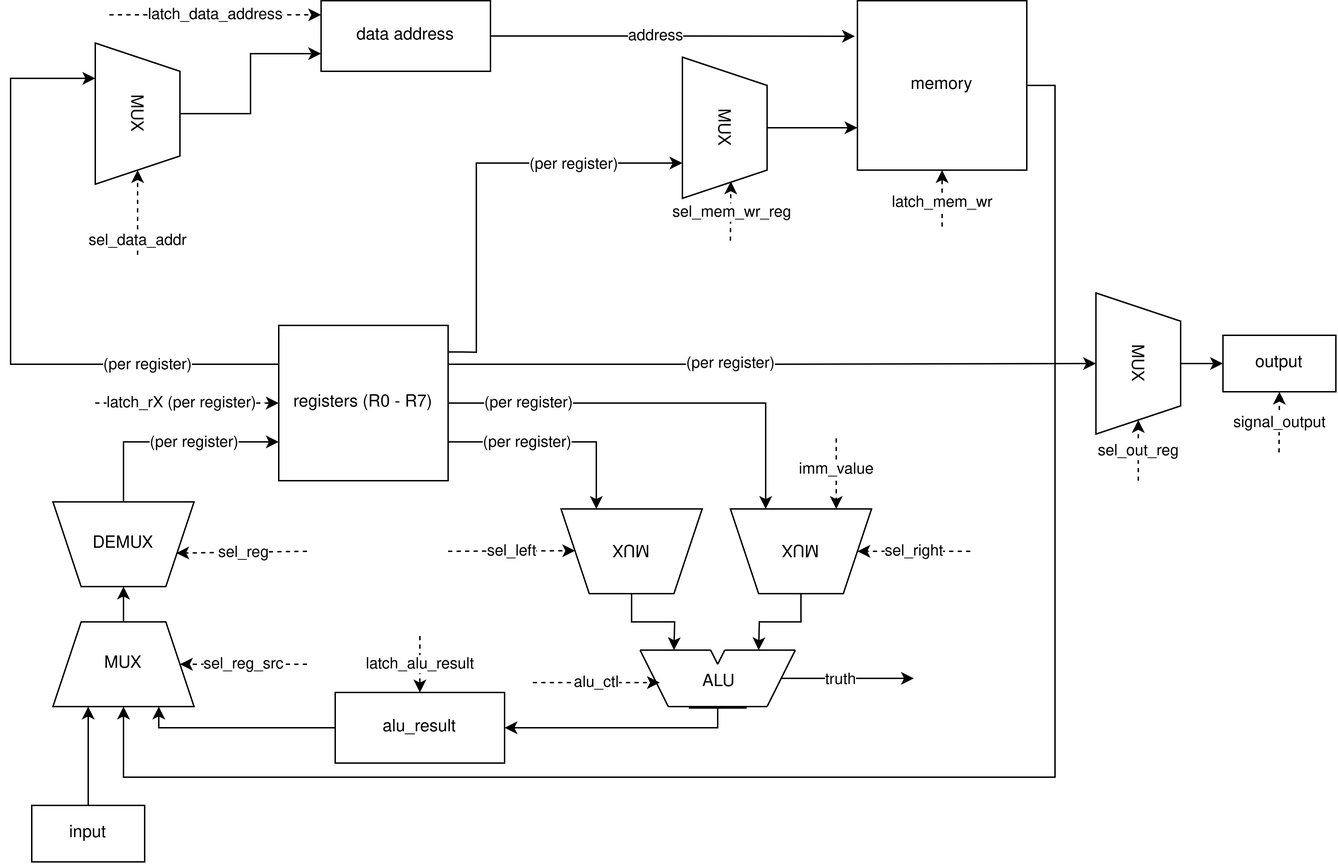
Earlier version of the draw.io export diagrams/datapath.drawio.png (sultanowskii/drum). Source tidied: cells renumbered, new cells last; positions are measured from the earlier drawing's top-left corner, leaving out a move shared by most shapes.
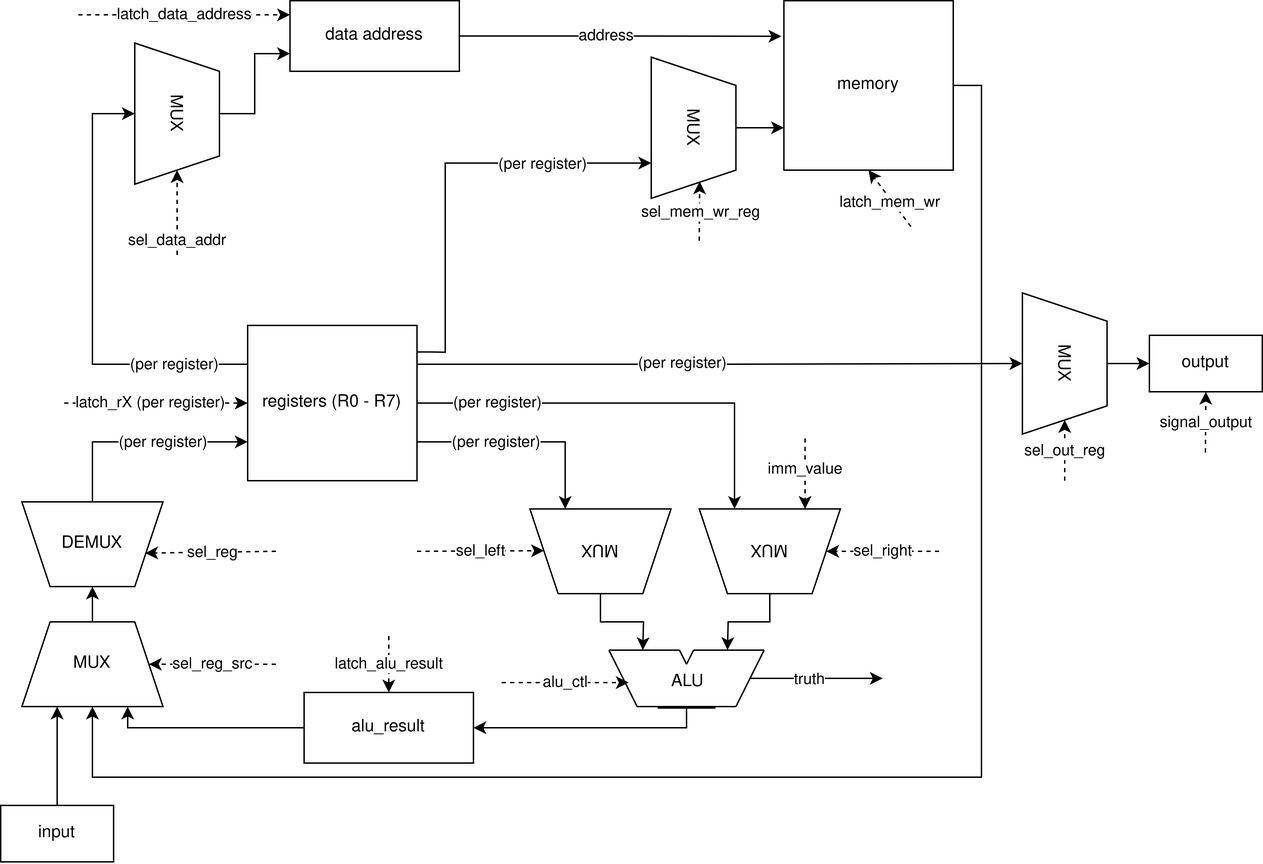
The same file after the commit.

Diff of the diagram source:
```diff
@@ -8,14 +8,14 @@
     <mxCell id="3" style="edgeStyle=orthogonalEdgeStyle;rounded=0;jettySize=auto;html=1;entryX=0.5;entryY=1;entryDx=0;entryDy=0;" parent="1" edge="1" source="4" target="48">
       <mxGeometry relative="1" as="geometry">
         <Array as="points">
-          <mxPoint x="740" y="60" />
-          <mxPoint x="740" y="550" />
+          <mxPoint x="710" y="60" />
+          <mxPoint x="710" y="550" />
           <mxPoint x="80" y="550" />
         </Array>
       </mxGeometry>
     </mxCell>
     <mxCell id="4" value="memory" style="rounded=0;whiteSpace=wrap;html=1;" parent="1" vertex="1">
-      <mxGeometry x="600" width="120" height="120" as="geometry" />
+      <mxGeometry x="570" width="120" height="120" as="geometry" />
     </mxCell>
     <mxCell id="5" style="edgeStyle=orthogonalEdgeStyle;rounded=0;jettySize=auto;html=1;entryX=-0.015;entryY=0.21;entryDx=0;entryDy=0;entryPerimeter=0;" parent="1" edge="1" source="2" target="4">
       <mxGeometry relative="1" as="geometry" />
@@ -34,17 +34,17 @@
     <mxCell id="8" value="latch_data_address" style="edgeLabel;html=1;align=center;verticalAlign=middle;" parent="7" vertex="1">
       <mxGeometry relative="1" as="geometry" />
     </mxCell>
-    <mxCell id="9" style="edgeStyle=orthogonalEdgeStyle;rounded=0;jettySize=auto;html=1;exitX=0;exitY=0.25;exitDx=0;exitDy=0;entryX=0.25;entryY=1;entryDx=0;entryDy=0;" parent="1" edge="1" source="15" target="19">
+    <mxCell id="9" style="edgeStyle=orthogonalEdgeStyle;rounded=0;jettySize=auto;html=1;exitX=0;exitY=0.25;exitDx=0;exitDy=0;entryX=0.5;entryY=1;entryDx=0;entryDy=0;" parent="1" edge="1" source="15" target="19">
       <mxGeometry relative="1" as="geometry">
         <Array as="points">
-          <mxPoint y="257" />
-          <mxPoint y="55" />
+          <mxPoint x="80" y="258" />
+          <mxPoint x="80" y="80" />
         </Array>
       </mxGeometry>
     </mxCell>
     <mxCell id="10" value="(per register)" style="edgeLabel;html=1;align=center;verticalAlign=middle;" parent="9" vertex="1">
       <mxGeometry x="-0.32" y="-2" relative="1" as="geometry">
-        <mxPoint x="60" y="2" as="offset" />
+        <mxPoint x="55" y="2" as="offset" />
       </mxGeometry>
     </mxCell>
     <mxCell id="11" style="edgeStyle=orthogonalEdgeStyle;rounded=0;jettySize=auto;html=1;entryX=0.75;entryY=1;entryDx=0;entryDy=0;exitX=1.003;exitY=0.171;exitDx=0;exitDy=0;exitPerimeter=0;" parent="1" edge="1" source="15" target="63">
@@ -82,11 +82,11 @@
       <mxGeometry relative="1" as="geometry" />
     </mxCell>
     <mxCell id="19" value="MUX" style="shape=trapezoid;perimeter=trapezoidPerimeter;whiteSpace=wrap;html=1;fixedSize=1;rotation=90;" parent="1" vertex="1">
-      <mxGeometry x="40" y="50" width="100" height="60" as="geometry" />
+      <mxGeometry x="90" y="50" width="100" height="60" as="geometry" />
     </mxCell>
     <mxCell id="20" style="endArrow=classic;html=1;rounded=0;dashed=1;entryX=1;entryY=0.5;entryDx=0;entryDy=0;" parent="1" edge="1" target="19">
       <mxGeometry relative="1" as="geometry">
-        <mxPoint x="90" y="180" as="sourcePoint" />
+        <mxPoint x="140" y="180" as="sourcePoint" />
       </mxGeometry>
     </mxCell>
     <mxCell id="21" value="sel_data_addr" style="edgeLabel;html=1;align=center;verticalAlign=middle;" parent="20" vertex="1">
@@ -293,17 +293,17 @@
       <mxGeometry relative="1" as="geometry" />
     </mxCell>
     <mxCell id="68" value="output" style="rounded=0;whiteSpace=wrap;html=1;" parent="1" vertex="1">
-      <mxGeometry x="859" y="237" width="80" height="40" as="geometry" />
+      <mxGeometry x="829" y="237" width="80" height="40" as="geometry" />
     </mxCell>
     <mxCell id="69" style="edgeStyle=orthogonalEdgeStyle;rounded=0;jettySize=auto;html=1;entryX=0;entryY=0.5;entryDx=0;entryDy=0;" parent="1" edge="1" source="70" target="68">
       <mxGeometry relative="1" as="geometry" />
     </mxCell>
     <mxCell id="70" value="MUX" style="shape=trapezoid;perimeter=trapezoidPerimeter;whiteSpace=wrap;html=1;fixedSize=1;rotation=90;" parent="1" vertex="1">
-      <mxGeometry x="749" y="227" width="100" height="60" as="geometry" />
+      <mxGeometry x="719" y="227" width="100" height="60" as="geometry" />
     </mxCell>
     <mxCell id="71" style="endArrow=classic;html=1;rounded=0;dashed=1;entryX=1;entryY=0.5;entryDx=0;entryDy=0;" parent="1" edge="1" target="70">
       <mxGeometry relative="1" as="geometry">
-        <mxPoint x="799" y="340" as="sourcePoint" />
+        <mxPoint x="769" y="340" as="sourcePoint" />
       </mxGeometry>
     </mxCell>
     <mxCell id="72" value="sel_out_reg" style="edgeLabel;html=1;align=center;verticalAlign=middle;" parent="71" vertex="1">
@@ -311,7 +311,7 @@
     </mxCell>
     <mxCell id="73" style="endArrow=classic;html=1;rounded=0;dashed=1;entryX=0.5;entryY=1;entryDx=0;entryDy=0;" parent="1" edge="1" target="68">
       <mxGeometry relative="1" as="geometry">
-        <mxPoint x="898.7" y="320" as="sourcePoint" />
+        <mxPoint x="868.7" y="320" as="sourcePoint" />
       </mxGeometry>
     </mxCell>
     <mxCell id="74" value="signal_output" style="edgeLabel;html=1;align=center;verticalAlign=middle;" parent="73" vertex="1">
```
